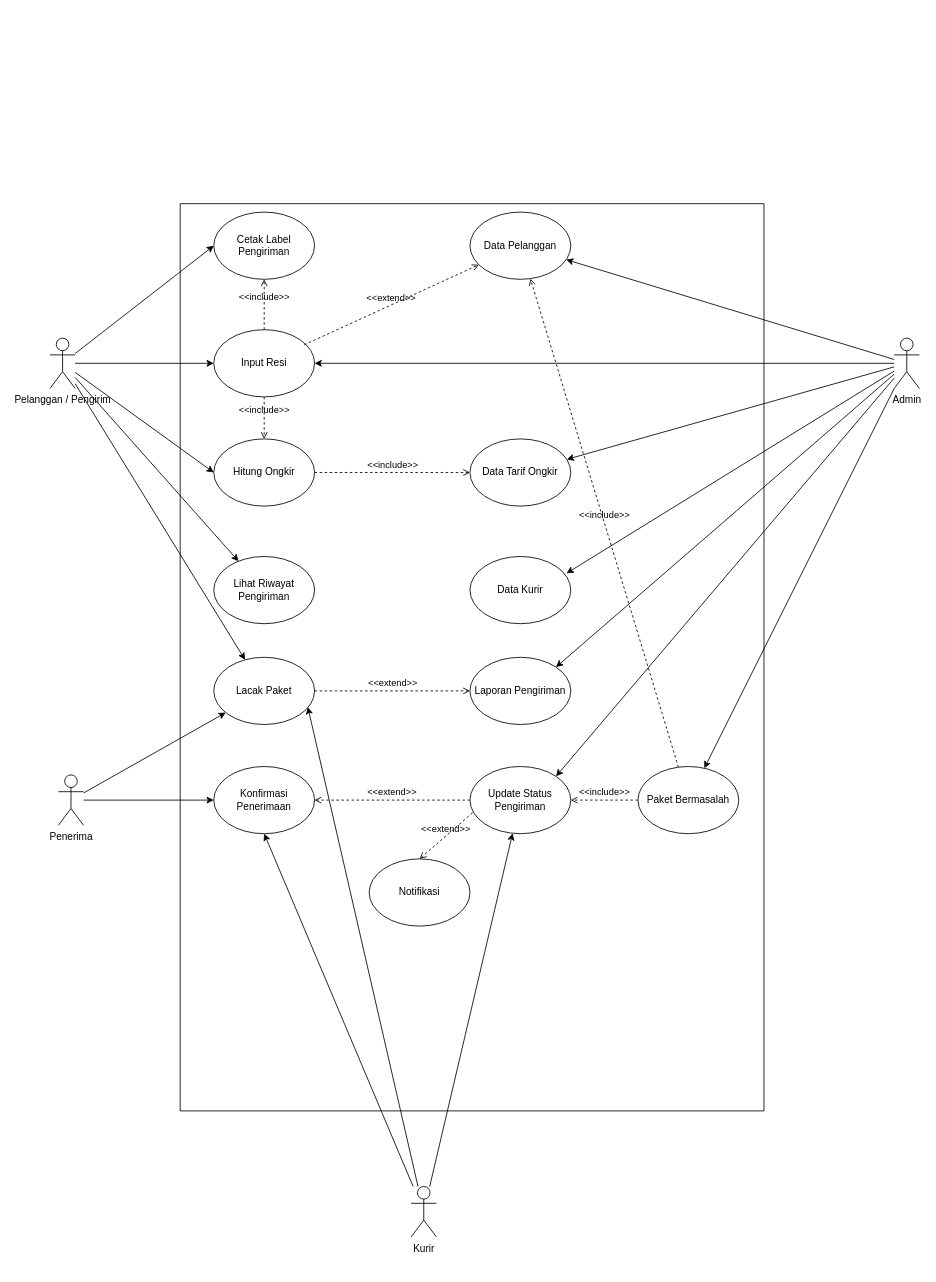
The draw.io diagram use-case.drawio in SiWahyu/Logistik-UML, before the edit. Source tidied: cells renumbered, new cells numbered last; positions are measured from the earlier drawing's top-left corner, leaving out a move shared by most shapes. Both pictures are drawn from the tidied source at 84%, with x=0, y=0 at pixel (50, 203).
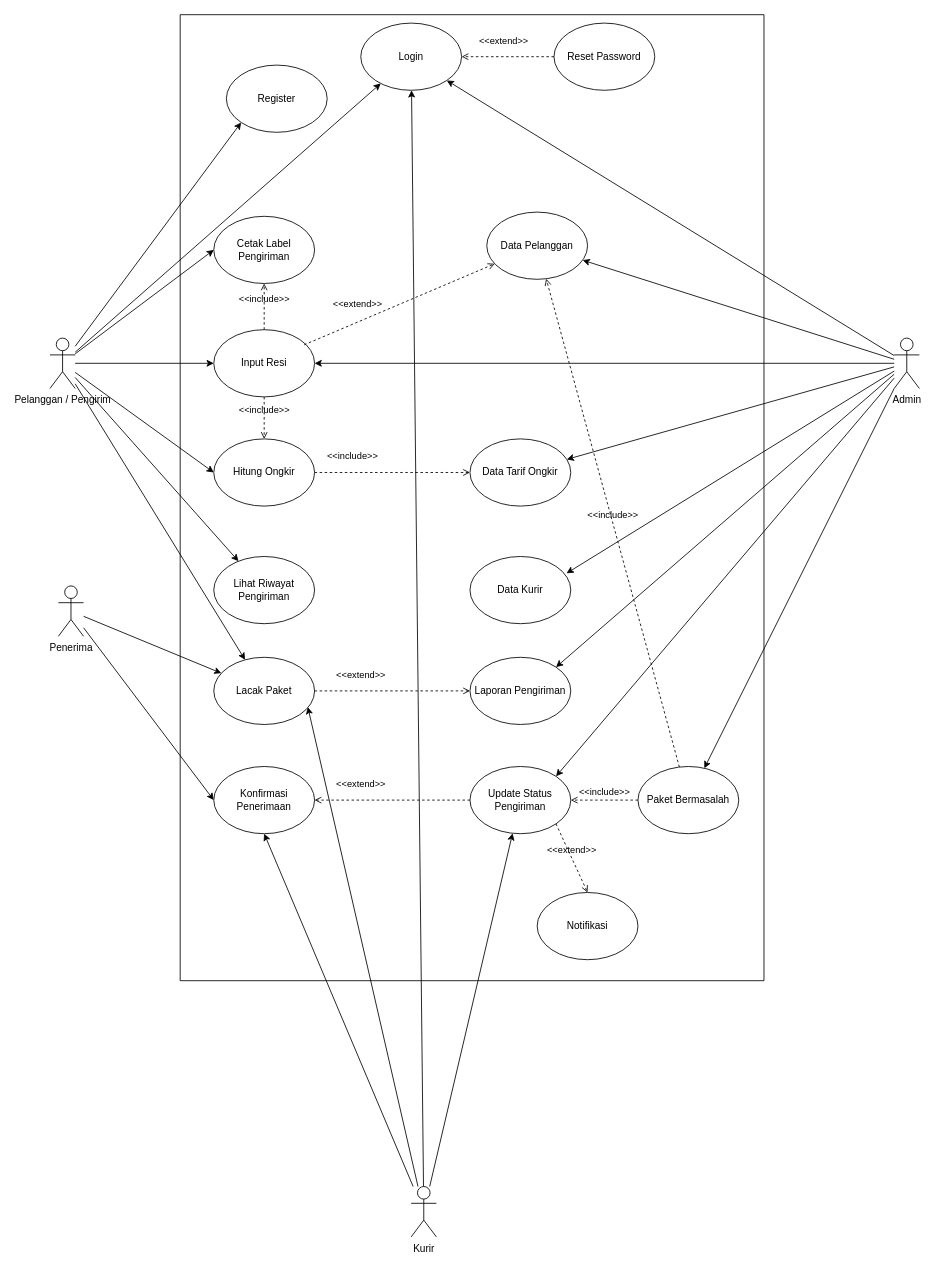
The same page after the edit.

Commit message (it also covers changes not shown here):
update usecase, login activity dan membuat activity register

The change refers to these unchanged cells:
```xml
<mxCell id="7" value="Admin&lt;div&gt;&lt;br&gt;&lt;/div&gt;" style="shape=umlActor;html=1;verticalLabelPosition=bottom;verticalAlign=top;align=center;" parent="1" vertex="1">
  <mxGeometry x="1005" y="160" width="30" height="60" as="geometry" />
</mxCell>
<mxCell id="11" value="Kurir&lt;div&gt;&lt;br&gt;&lt;/div&gt;" style="shape=umlActor;html=1;verticalLabelPosition=bottom;verticalAlign=top;align=center;" parent="1" vertex="1">
  <mxGeometry x="430" y="1170" width="30" height="60" as="geometry" />
</mxCell>
<mxCell id="17" value="Pelanggan / Pengirim" style="shape=umlActor;html=1;verticalLabelPosition=bottom;verticalAlign=top;align=center;" parent="1" vertex="1">
  <mxGeometry y="160" width="30" height="60" as="geometry" />
</mxCell>
```

The edit, as a diff of the source:
```diff
@@
+    <mxCell id="46" style="edgeStyle=none;html=1;entryX=1;entryY=1;entryDx=0;entryDy=0;" parent="1" edge="1" source="7" target="51">
+      <mxGeometry relative="1" as="geometry" />
+    </mxCell>
@@
+    <mxCell id="47" style="edgeStyle=none;html=1;" parent="1" edge="1" source="11" target="51">
+      <mxGeometry relative="1" as="geometry" />
+    </mxCell>
@@
+    <mxCell id="48" style="edgeStyle=none;html=1;entryX=0;entryY=1;entryDx=0;entryDy=0;" parent="1" edge="1" source="17" target="50">
+      <mxGeometry relative="1" as="geometry" />
+    </mxCell>
+    <mxCell id="49" style="edgeStyle=none;html=1;" parent="1" edge="1" source="17" target="51">
+      <mxGeometry relative="1" as="geometry" />
+    </mxCell>
@@
     <mxCell id="20" value="Penerima" style="shape=umlActor;html=1;verticalLabelPosition=bottom;verticalAlign=top;align=center;" parent="1" vertex="1">
-      <mxGeometry x="10" y="680" width="30" height="60" as="geometry" />
+      <mxGeometry x="10" y="455" width="30" height="60" as="geometry" />
     </mxCell>
     <mxCell id="21" style="swimlane;startSize=0;" parent="1" vertex="1">
-      <mxGeometry x="155" width="695" height="1080" as="geometry" />
+      <mxGeometry x="155" y="-225" width="695" height="1150" as="geometry" />
     </mxCell>
     <mxCell id="22" value="Input Resi" style="ellipse;whiteSpace=wrap;html=1;" parent="21" vertex="1">
-      <mxGeometry x="40" y="150" width="120" height="80" as="geometry" />
+      <mxGeometry x="40" y="375" width="120" height="80" as="geometry" />
     </mxCell>
     <mxCell id="23" value="Hitung Ongkir" style="ellipse;whiteSpace=wrap;html=1;" parent="21" vertex="1">
-      <mxGeometry x="40" y="280" width="120" height="80" as="geometry" />
+      <mxGeometry x="40" y="505" width="120" height="80" as="geometry" />
     </mxCell>
     <mxCell id="24" value="Data Tarif Ongkir" style="ellipse;whiteSpace=wrap;html=1;" parent="21" vertex="1">
-      <mxGeometry x="345" y="280" width="120" height="80" as="geometry" />
+      <mxGeometry x="345" y="505" width="120" height="80" as="geometry" />
     </mxCell>
     <mxCell id="25" value="&amp;lt;&amp;lt;include&amp;gt;&amp;gt;" style="html=1;verticalAlign=bottom;labelBackgroundColor=none;endArrow=open;endFill=0;dashed=1;exitX=1;exitY=0.5;exitDx=0;exitDy=0;" parent="21" edge="1" source="23" target="24">
-      <mxGeometry relative="1" as="geometry" />
+      <mxGeometry x="-0.51" y="10" relative="1" as="geometry" />
     </mxCell>
     <mxCell id="26" value="Cetak Label Pengiriman" style="ellipse;whiteSpace=wrap;html=1;" parent="21" vertex="1">
-      <mxGeometry x="40" y="10" width="120" height="80" as="geometry" />
+      <mxGeometry x="40" y="240" width="120" height="80" as="geometry" />
     </mxCell>
@@
     <mxCell id="29" value="Lacak Paket" style="ellipse;whiteSpace=wrap;html=1;" parent="21" vertex="1">
-      <mxGeometry x="40" y="540" width="120" height="80" as="geometry" />
+      <mxGeometry x="40" y="765" width="120" height="80" as="geometry" />
     </mxCell>
     <mxCell id="30" value="Lihat&amp;nbsp;Riwayat Pengiriman" style="ellipse;whiteSpace=wrap;html=1;" parent="21" vertex="1">
-      <mxGeometry x="40" y="420" width="120" height="80" as="geometry" />
+      <mxGeometry x="40" y="645" width="120" height="80" as="geometry" />
     </mxCell>
     <mxCell id="31" value="Konfirmasi Penerimaan" style="ellipse;whiteSpace=wrap;html=1;" parent="21" vertex="1">
-      <mxGeometry x="40" y="670" width="120" height="80" as="geometry" />
+      <mxGeometry x="40" y="895" width="120" height="80" as="geometry" />
     </mxCell>
     <mxCell id="32" value="Data Kurir" style="ellipse;whiteSpace=wrap;html=1;" parent="21" vertex="1">
-      <mxGeometry x="345" y="420" width="120" height="80" as="geometry" />
+      <mxGeometry x="345" y="645" width="120" height="80" as="geometry" />
     </mxCell>
     <mxCell id="33" value="Laporan Pengiriman" style="ellipse;whiteSpace=wrap;html=1;" parent="21" vertex="1">
-      <mxGeometry x="345" y="540" width="120" height="80" as="geometry" />
+      <mxGeometry x="345" y="765" width="120" height="80" as="geometry" />
     </mxCell>
     <mxCell id="34" value="Data Pelanggan" style="ellipse;whiteSpace=wrap;html=1;" parent="21" vertex="1">
-      <mxGeometry x="345" y="10" width="120" height="80" as="geometry" />
+      <mxGeometry x="365" y="235" width="120" height="80" as="geometry" />
     </mxCell>
     <mxCell id="35" value="Update Status Pengiriman" style="ellipse;whiteSpace=wrap;html=1;" parent="21" vertex="1">
-      <mxGeometry x="345" y="670" width="120" height="80" as="geometry" />
+      <mxGeometry x="345" y="895" width="120" height="80" as="geometry" />
     </mxCell>
     <mxCell id="36" value="&amp;lt;&amp;lt;extend&amp;gt;&amp;gt;" style="html=1;verticalAlign=bottom;labelBackgroundColor=none;endArrow=open;endFill=0;dashed=1;entryX=0;entryY=0.5;entryDx=0;entryDy=0;exitX=1;exitY=0.5;exitDx=0;exitDy=0;" parent="21" edge="1" source="29" target="33">
-      <mxGeometry relative="1" as="geometry" />
+      <mxGeometry x="-0.41" y="10" relative="1" as="geometry" />
     </mxCell>
     <mxCell id="37" value="&amp;lt;&amp;lt;extend&amp;gt;&amp;gt;" style="html=1;verticalAlign=bottom;labelBackgroundColor=none;endArrow=open;endFill=0;dashed=1;entryX=1;entryY=0.5;entryDx=0;entryDy=0;" parent="21" edge="1" source="35" target="31">
-      <mxGeometry relative="1" as="geometry" />
+      <mxGeometry x="0.41" y="-10" relative="1" as="geometry" />
     </mxCell>
     <mxCell id="38" value="&amp;lt;&amp;lt;extend&amp;gt;&amp;gt;" style="html=1;verticalAlign=bottom;labelBackgroundColor=none;endArrow=open;endFill=0;dashed=1;exitX=0.897;exitY=0.225;exitDx=0;exitDy=0;exitPerimeter=0;" parent="21" edge="1" source="22" target="34">
-      <mxGeometry relative="1" as="geometry" />
+      <mxGeometry x="-0.41" y="11" relative="1" as="geometry" />
     </mxCell>
     <mxCell id="39" value="Notifikasi" style="ellipse;whiteSpace=wrap;html=1;" parent="21" vertex="1">
-      <mxGeometry x="225" y="780" width="120" height="80" as="geometry" />
+      <mxGeometry x="425" y="1045" width="120" height="80" as="geometry" />
     </mxCell>
-    <mxCell id="40" value="&amp;lt;&amp;lt;extend&amp;gt;&amp;gt;" style="html=1;verticalAlign=bottom;labelBackgroundColor=none;endArrow=open;endFill=0;dashed=1;exitX=0.025;exitY=0.688;exitDx=0;exitDy=0;entryX=0.5;entryY=0;entryDx=0;entryDy=0;exitPerimeter=0;" parent="21" edge="1" source="35" target="39">
+    <mxCell id="40" value="&amp;lt;&amp;lt;extend&amp;gt;&amp;gt;" style="html=1;verticalAlign=bottom;labelBackgroundColor=none;endArrow=open;endFill=0;dashed=1;exitX=1;exitY=1;exitDx=0;exitDy=0;entryX=0.5;entryY=0;entryDx=0;entryDy=0;" parent="21" edge="1" source="35" target="39">
       <mxGeometry relative="1" as="geometry" />
     </mxCell>
     <mxCell id="41" value="Paket Bermasalah" style="ellipse;whiteSpace=wrap;html=1;" parent="21" vertex="1">
-      <mxGeometry x="545" y="670" width="120" height="80" as="geometry" />
+      <mxGeometry x="545" y="895" width="120" height="80" as="geometry" />
     </mxCell>
@@
+    <mxCell id="50" value="Register" style="ellipse;whiteSpace=wrap;html=1;" parent="21" vertex="1">
+      <mxGeometry x="55" y="60" width="120" height="80" as="geometry" />
+    </mxCell>
+    <mxCell id="51" value="Login" style="ellipse;whiteSpace=wrap;html=1;" parent="21" vertex="1">
+      <mxGeometry x="215" y="10" width="120" height="80" as="geometry" />
+    </mxCell>
+    <mxCell id="52" value="Reset Password" style="ellipse;whiteSpace=wrap;html=1;" parent="21" vertex="1">
+      <mxGeometry x="445" y="10" width="120" height="80" as="geometry" />
+    </mxCell>
+    <mxCell id="53" value="&amp;lt;&amp;lt;extend&amp;gt;&amp;gt;" style="html=1;verticalAlign=bottom;labelBackgroundColor=none;endArrow=open;endFill=0;dashed=1;exitX=0;exitY=0.5;exitDx=0;exitDy=0;entryX=1;entryY=0.5;entryDx=0;entryDy=0;" parent="21" edge="1" source="52" target="51">
+      <mxGeometry x="0.09" y="-10" relative="1" as="geometry" />
+    </mxCell>
```
